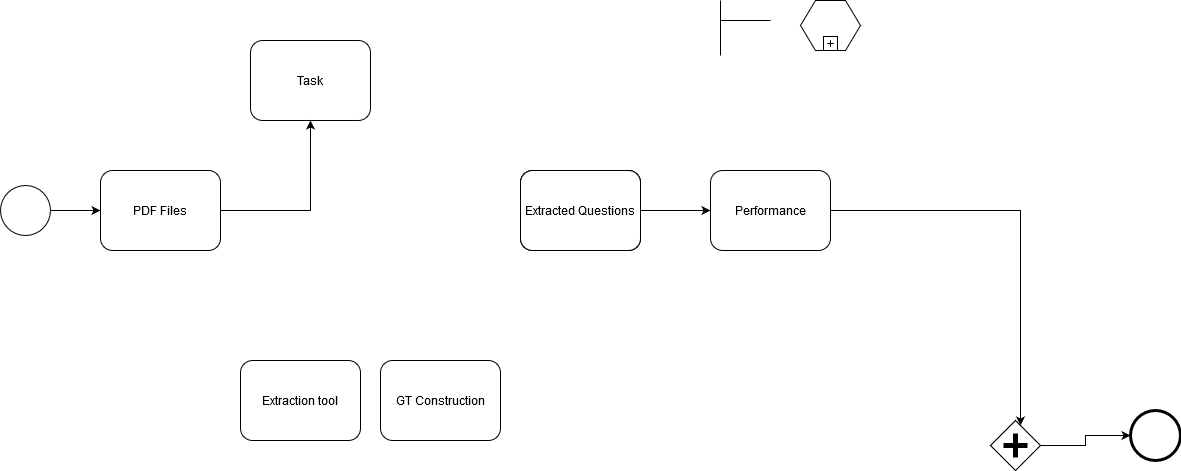
The draw.io diagram Untitled Diagram.png in karinawie/process-diagram, before a commit. Source tidied: cells renumbered, new cells last; positions are measured from the earlier drawing's top-left corner, leaving out a move shared by most shapes.
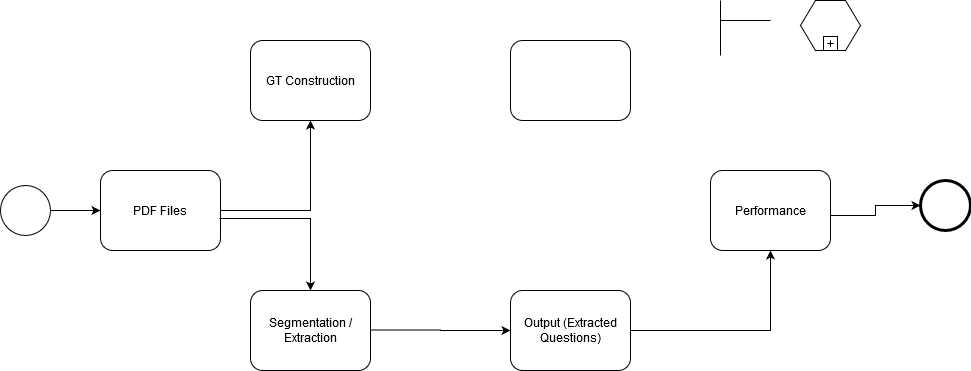
Above is the later version.

What changed in the source:
```diff
@@ -8,9 +8,6 @@
     <mxCell id="3" value="PDF Files" style="shape=ext;rounded=1;html=1;whiteSpace=wrap;" parent="1" vertex="1">
       <mxGeometry x="100" y="170" width="120" height="80" as="geometry" />
     </mxCell>
-    <mxCell id="4" value="Task" style="shape=ext;rounded=1;html=1;whiteSpace=wrap;" parent="1" vertex="1">
-      <mxGeometry x="250" y="40" width="120" height="80" as="geometry" />
-    </mxCell>
     <mxCell id="5" style="shape=hexagon;whiteSpace=wrap;html=1;perimeter=hexagonPerimeter;" parent="1" vertex="1">
       <mxGeometry x="800" width="60" height="50" as="geometry" />
     </mxCell>
@@ -22,23 +19,23 @@
     <mxCell id="7" value="Performance" style="html=1;whiteSpace=wrap;rounded=1;" parent="1" vertex="1">
       <mxGeometry x="710" y="170" width="120" height="80" as="geometry" />
     </mxCell>
-    <mxCell id="8" value="Extracted Questions" style="html=1;whiteSpace=wrap;rounded=1;" parent="1" vertex="1">
-      <mxGeometry x="520" y="170" width="120" height="80" as="geometry" />
-    </mxCell>
-    <mxCell id="9" style="shape=mxgraph.bpmn.shape;html=1;verticalLabelPosition=bottom;labelBackgroundColor=#ffffff;verticalAlign=top;perimeter=rhombusPerimeter;background=gateway;outline=none;symbol=parallelGw;" parent="1" vertex="1">
-      <mxGeometry x="990" y="420" width="50" height="50" as="geometry" />
-    </mxCell>
     <mxCell id="10" style="shape=mxgraph.bpmn.shape;html=1;verticalLabelPosition=bottom;labelBackgroundColor=#ffffff;verticalAlign=top;perimeter=ellipsePerimeter;outline=end;symbol=general;" parent="1" vertex="1">
-      <mxGeometry x="1130" y="410" width="50" height="50" as="geometry" />
+      <mxGeometry x="920" y="180" width="50" height="50" as="geometry" />
     </mxCell>
     <mxCell id="11" style="edgeStyle=orthogonalEdgeStyle;rounded=0;html=1;jettySize=auto;" parent="1" edge="1" source="2" target="3">
       <mxGeometry relative="1" as="geometry" />
     </mxCell>
-    <mxCell id="12" style="edgeStyle=orthogonalEdgeStyle;rounded=0;html=1;jettySize=auto;" parent="1" edge="1" source="3" target="4">
-      <mxGeometry relative="1" as="geometry" />
+    <mxCell id="12" style="edgeStyle=orthogonalEdgeStyle;rounded=0;html=1;jettySize=auto;" parent="1" edge="1" source="3">
+      <mxGeometry relative="1" as="geometry">
+        <mxPoint x="310" y="120" as="targetPoint" />
+      </mxGeometry>
     </mxCell>
-    <mxCell id="13" style="edgeStyle=orthogonalEdgeStyle;rounded=0;html=1;jettySize=auto;" parent="1" edge="1" source="8" target="7">
-      <mxGeometry relative="1" as="geometry" />
+    <mxCell id="13" style="edgeStyle=orthogonalEdgeStyle;rounded=0;html=1;jettySize=auto;entryX=0.5;entryY=1;entryDx=0;entryDy=0;" parent="1" edge="1" source="17" target="7">
+      <mxGeometry relative="1" as="geometry">
+        <Array as="points">
+          <mxPoint x="770" y="330" />
+        </Array>
+      </mxGeometry>
     </mxCell>
     <mxCell id="14" style="edgeStyle=orthogonalEdgeStyle;rounded=0;html=1;jettySize=auto;orthogonalLoop=1;endArrow=none;endFill=0;" parent="1" edge="1">
       <mxGeometry relative="1" as="geometry">
@@ -50,27 +47,30 @@
         </Array>
       </mxGeometry>
     </mxCell>
-    <mxCell id="15" style="edgeStyle=orthogonalEdgeStyle;rounded=0;html=1;jettySize=auto;" parent="1" edge="1" source="7" target="9">
-      <mxGeometry relative="1" as="geometry">
-        <Array as="points">
-          <mxPoint x="1020" y="210" />
-        </Array>
-      </mxGeometry>
-    </mxCell>
-    <mxCell id="16" style="edgeStyle=orthogonalEdgeStyle;rounded=0;html=1;jettySize=auto;" parent="1" edge="1" source="9" target="10">
-      <mxGeometry relative="1" as="geometry" />
+    <mxCell id="16" style="edgeStyle=orthogonalEdgeStyle;rounded=0;html=1;jettySize=auto;" parent="1" edge="1" target="10">
+      <mxGeometry relative="1" as="geometry">
+        <mxPoint x="830" y="215" as="sourcePoint" />
+      </mxGeometry>
     </mxCell>
-    <mxCell id="17" value="Extracted Questions" style="html=1;whiteSpace=wrap;rounded=1;" parent="1" vertex="1">
-      <mxGeometry x="520" y="170" width="120" height="80" as="geometry" />
+    <mxCell id="17" value="Output (Extracted Questions)" style="html=1;whiteSpace=wrap;rounded=1;" parent="1" vertex="1">
+      <mxGeometry x="510" y="290" width="120" height="80" as="geometry" />
     </mxCell>
-    <mxCell id="18" value="Extracted Questions" style="html=1;whiteSpace=wrap;rounded=1;" parent="1" vertex="1">
-      <mxGeometry x="520" y="170" width="120" height="80" as="geometry" />
+    <mxCell id="18" style="html=1;whiteSpace=wrap;rounded=1;" parent="1" vertex="1">
+      <mxGeometry x="510" y="40" width="120" height="80" as="geometry" />
     </mxCell>
     <mxCell id="19" value="GT Construction" style="html=1;whiteSpace=wrap;rounded=1;" parent="1" vertex="1">
-      <mxGeometry x="380" y="360" width="120" height="80" as="geometry" />
+      <mxGeometry x="250" y="40" width="120" height="80" as="geometry" />
     </mxCell>
-    <mxCell id="20" value="Extraction tool" style="shape=ext;rounded=1;html=1;whiteSpace=wrap;" parent="1" vertex="1">
-      <mxGeometry x="240" y="360" width="120" height="80" as="geometry" />
+    <mxCell id="20" value="&lt;div&gt;Segmentation / Extraction&lt;/div&gt;" style="shape=ext;rounded=1;html=1;whiteSpace=wrap;" parent="1" vertex="1">
+      <mxGeometry x="250" y="290" width="120" height="80" as="geometry" />
     </mxCell>
+    <mxCell id="21" style="edgeStyle=orthogonalEdgeStyle;rounded=0;html=1;jettySize=auto;exitX=0.992;exitY=0.6;exitDx=0;exitDy=0;exitPerimeter=0;" parent="1" edge="1" source="3" target="20">
+      <mxGeometry relative="1" as="geometry" />
+    </mxCell>
+    <mxCell id="22" style="edgeStyle=orthogonalEdgeStyle;rounded=0;html=1;jettySize=auto;entryX=0;entryY=0.5;entryDx=0;entryDy=0;" parent="1" edge="1" target="17">
+      <mxGeometry relative="1" as="geometry">
+        <mxPoint x="370" y="329.5" as="sourcePoint" />
+      </mxGeometry>
+    </mxCell>
   </root>
 </mxGraphModel>
```
